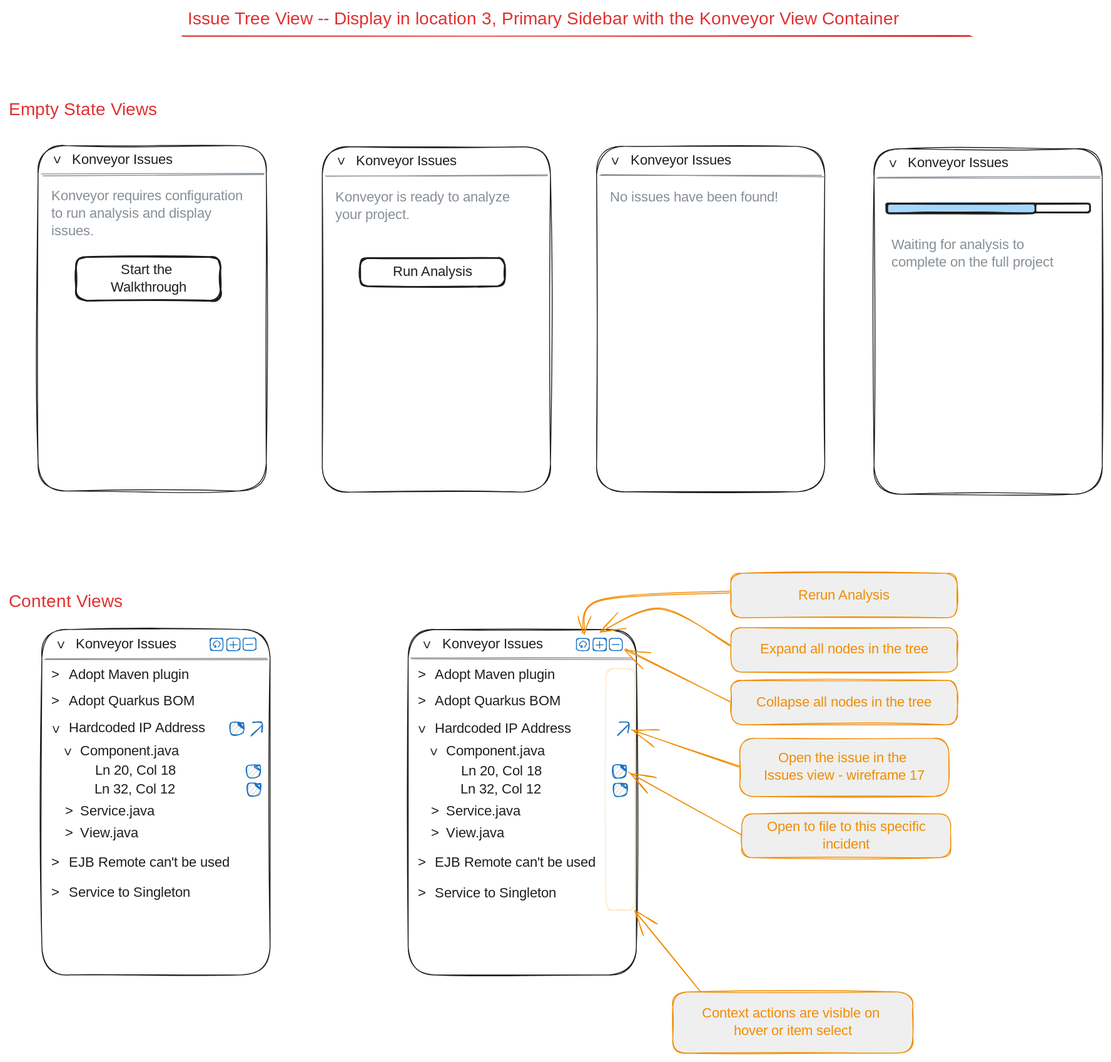
Above: wireframe/16.issues-tree-view.excalidraw.svg in sjd78/kai-ide-user-stories (Excalidraw), before the change. Source tidied: one line per element, renumbered; positions are measured from the earlier drawing's top-left corner, leaving out a move shared by most shapes.
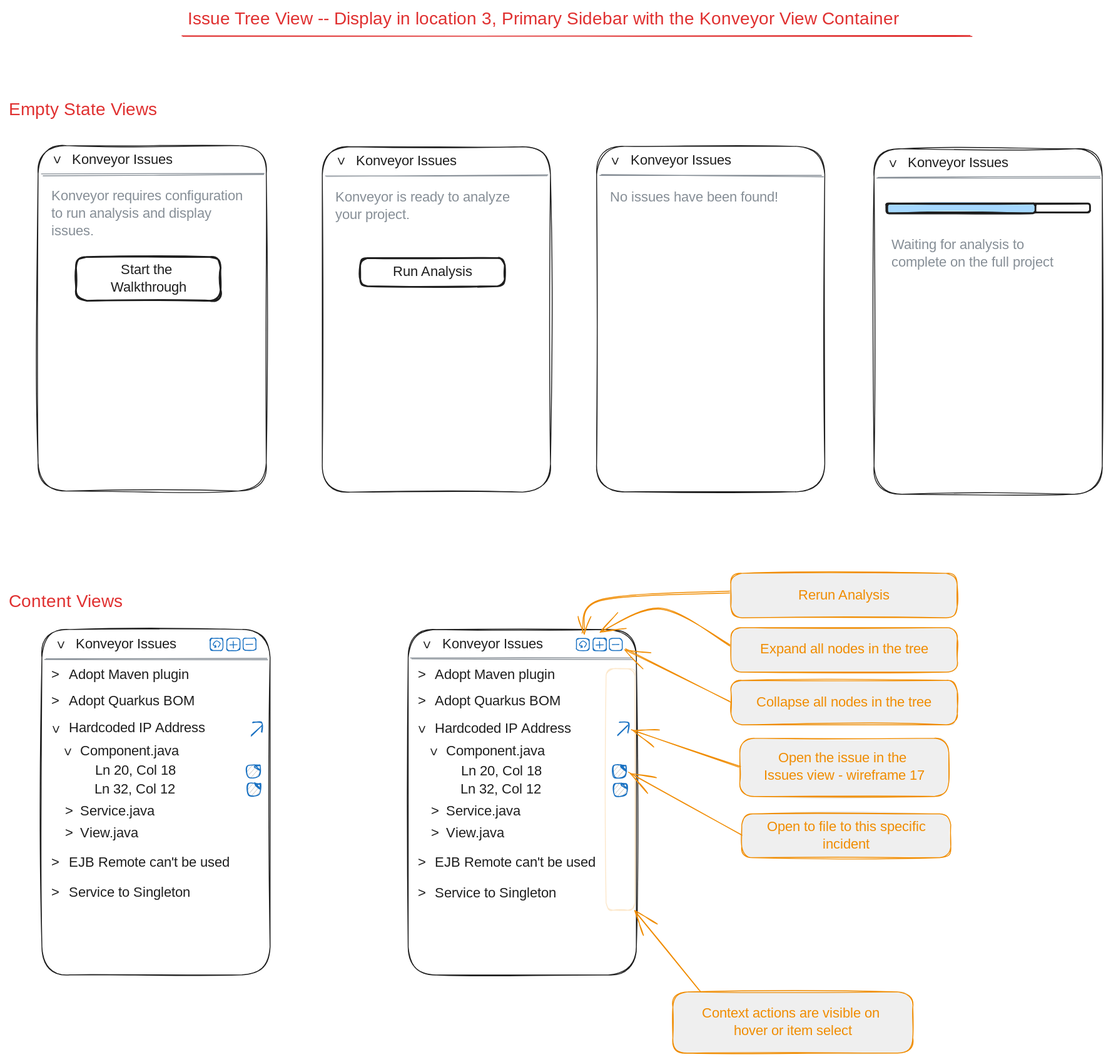
The same file after the commit.

Diff of the diagram source:
```diff
@@ -71,7 +71,6 @@
 {"id": 70, "type": "line", "strokeColor": "#1971c2", "angle": 0.84, "backgroundColor": "#c8c8c8", "fillStyle": "hachure", "strokeWidth": 1, "roughness": 1, "round": true, "x": 283, "y": 832, "width": 1, "height": 16, "points": [[0, 0], [-1, -16]]}
 {"id": 71, "type": "line", "strokeColor": "#1971c2", "angle": 3.97, "backgroundColor": "#c8c8c8", "fillStyle": "hachure", "strokeWidth": 1, "roughness": 1, "round": true, "x": 697, "y": 814, "width": 15, "height": 8, "points": [[0, 0], [8, 8], [15, 1]]}
 {"id": 72, "type": "line", "strokeColor": "#1971c2", "angle": 0.84, "backgroundColor": "#c8c8c8", "fillStyle": "hachure", "strokeWidth": 1, "roughness": 1, "round": true, "x": 701, "y": 832, "width": 1, "height": 16, "points": [[0, 0], [-1, -16]]}
-{"id": 73, "type": "line", "strokeColor": "#1971c2", "backgroundColor": "#c8c8c8", "fillStyle": "hachure", "strokeWidth": 1, "roughness": 1, "round": true, "x": 265, "y": 816, "width": 14, "height": 14, "points": [[0, 0], [3, 0], [2, 11], [-10, 12], [-11, -1], [3, -1], [-3, 0], [4, 5], [-2, -2]]}
 {"id": 74, "type": "line", "strokeColor": "#1971c2", "backgroundColor": "#c8c8c8", "fillStyle": "hachure", "strokeWidth": 1, "roughness": 1, "round": true, "x": 283, "y": 865, "width": 14, "height": 14, "points": [[0, 0], [3, 0], [2, 11], [-10, 12], [-11, -1], [3, -1], [-3, 0], [4, 5], [-2, -2]]}
 {"id": 75, "type": "line", "strokeColor": "#1971c2", "backgroundColor": "#c8c8c8", "fillStyle": "hachure", "strokeWidth": 1, "roughness": 1, "round": true, "x": 702, "y": 865, "width": 14, "height": 14, "points": [[0, 0], [3, 0], [2, 11], [-10, 12], [-11, -1], [3, -1], [-3, 0], [4, 5], [-2, -2]]}
 {"id": 76, "type": "line", "strokeColor": "#1971c2", "backgroundColor": "#c8c8c8", "fillStyle": "hachure", "strokeWidth": 1, "roughness": 1, "round": true, "x": 284, "y": 885, "width": 14, "height": 14, "points": [[0, 0], [3, 0], [2, 11], [-10, 12], [-11, -1], [3, -1], [-3, 0], [4, 5], [-2, -2]]}
```
